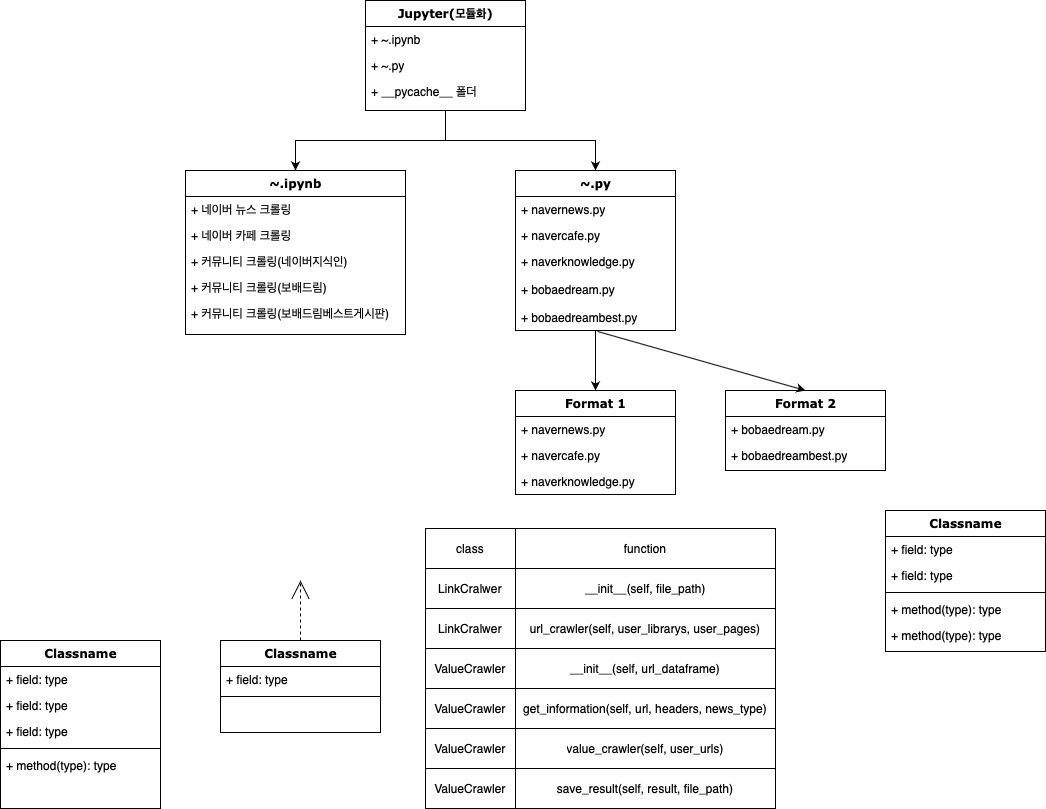
Above: crawling_module_guideline.png in jinwooahnKHU/CrawlingStudy (draw.io), before the change. Source tidied: cells renumbered, new cells last; positions are measured from the earlier drawing's top-left corner, leaving out a move shared by most shapes.
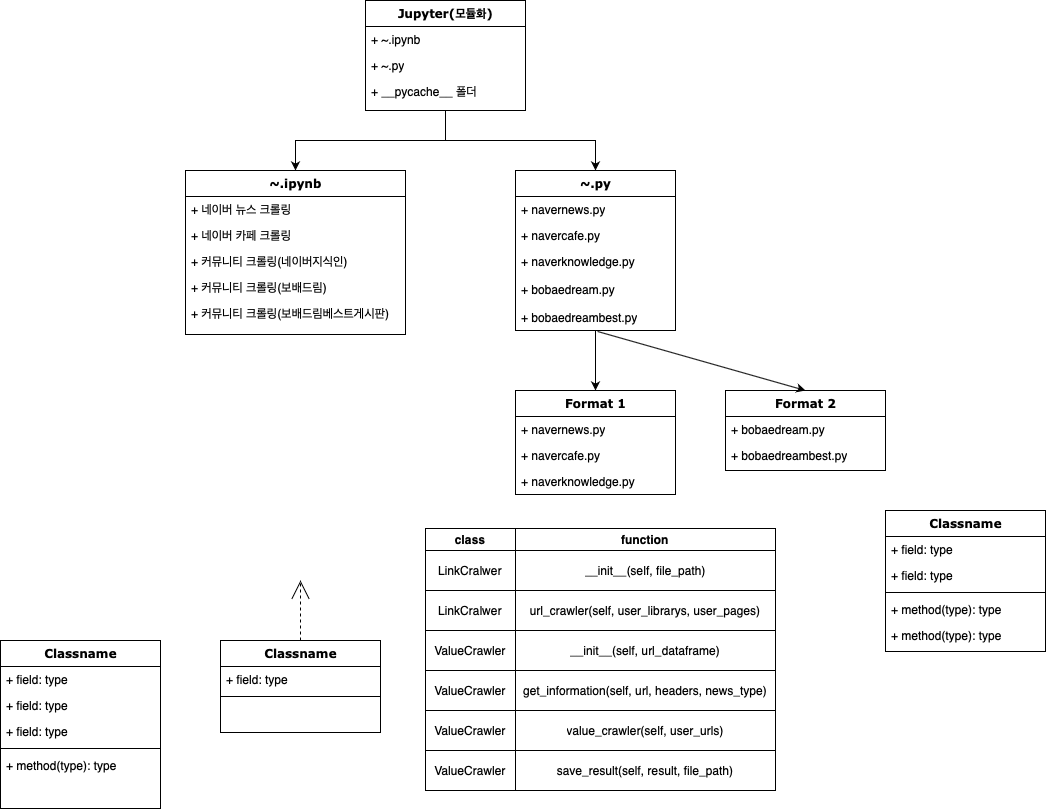
Above is the later version.

What changed in the source:
```diff
@@ -130,19 +130,19 @@
       <mxGeometry relative="1" as="geometry" />
     </mxCell>
     <mxCell id="43" style="shape=table;startSize=0;" parent="1" vertex="1">
-      <mxGeometry x="425" y="528" width="350" height="280" as="geometry" />
+      <mxGeometry x="425" y="528" width="350" height="262" as="geometry" />
     </mxCell>
     <mxCell id="44" style="shape=partialRectangle;fillColor=none;top=0;left=0;bottom=0;right=0;" parent="43" vertex="1">
-      <mxGeometry width="350" height="40" as="geometry" />
+      <mxGeometry width="350" height="22" as="geometry" />
     </mxCell>
-    <mxCell id="45" value="class" style="shape=partialRectangle;html=1;whiteSpace=wrap;overflow=hidden;fillColor=none;top=0;left=0;bottom=0;right=0;" parent="44" vertex="1">
-      <mxGeometry width="90" height="40" as="geometry" />
+    <mxCell id="45" value="&lt;b&gt;class&lt;/b&gt;" style="shape=partialRectangle;html=1;whiteSpace=wrap;overflow=hidden;fillColor=none;top=0;left=0;bottom=0;right=0;" parent="44" vertex="1">
+      <mxGeometry width="90" height="22" as="geometry" />
     </mxCell>
-    <mxCell id="46" value="function" style="shape=partialRectangle;html=1;whiteSpace=wrap;overflow=hidden;fillColor=none;top=0;left=0;bottom=0;right=0;" parent="44" vertex="1">
-      <mxGeometry x="90" width="260" height="40" as="geometry" />
+    <mxCell id="46" value="&lt;b&gt;function&lt;/b&gt;" style="shape=partialRectangle;html=1;whiteSpace=wrap;overflow=hidden;fillColor=none;top=0;left=0;bottom=0;right=0;" parent="44" vertex="1">
+      <mxGeometry x="90" width="260" height="22" as="geometry" />
     </mxCell>
     <mxCell id="47" style="shape=partialRectangle;fillColor=none;top=0;left=0;bottom=0;right=0;" parent="43" vertex="1">
-      <mxGeometry y="40" width="350" height="40" as="geometry" />
+      <mxGeometry y="22" width="350" height="40" as="geometry" />
     </mxCell>
     <mxCell id="48" value="LinkCralwer" style="shape=partialRectangle;html=1;whiteSpace=wrap;overflow=hidden;fillColor=none;top=0;left=0;bottom=0;right=0;" parent="47" vertex="1">
       <mxGeometry width="90" height="40" as="geometry" />
@@ -151,7 +151,7 @@
       <mxGeometry x="90" width="260" height="40" as="geometry" />
     </mxCell>
     <mxCell id="50" style="shape=partialRectangle;fillColor=none;top=0;left=0;bottom=0;right=0;" parent="43" vertex="1">
-      <mxGeometry y="80" width="350" height="40" as="geometry" />
+      <mxGeometry y="62" width="350" height="40" as="geometry" />
     </mxCell>
     <mxCell id="51" value="LinkCralwer" style="shape=partialRectangle;html=1;whiteSpace=wrap;overflow=hidden;fillColor=none;top=0;left=0;bottom=0;right=0;" parent="50" vertex="1">
       <mxGeometry width="90" height="40" as="geometry" />
@@ -160,7 +160,7 @@
       <mxGeometry x="90" width="260" height="40" as="geometry" />
     </mxCell>
     <mxCell id="53" style="shape=partialRectangle;fillColor=none;top=0;left=0;bottom=0;right=0;" parent="43" vertex="1">
-      <mxGeometry y="120" width="350" height="40" as="geometry" />
+      <mxGeometry y="102" width="350" height="40" as="geometry" />
     </mxCell>
     <mxCell id="54" value="ValueCrawler" style="shape=partialRectangle;html=1;whiteSpace=wrap;overflow=hidden;fillColor=none;top=0;left=0;bottom=0;right=0;" parent="53" vertex="1">
       <mxGeometry width="90" height="40" as="geometry" />
@@ -169,7 +169,7 @@
       <mxGeometry x="90" width="260" height="40" as="geometry" />
     </mxCell>
     <mxCell id="56" style="shape=partialRectangle;fillColor=none;top=0;left=0;bottom=0;right=0;" parent="43" vertex="1">
-      <mxGeometry y="160" width="350" height="40" as="geometry" />
+      <mxGeometry y="142" width="350" height="40" as="geometry" />
     </mxCell>
     <mxCell id="57" value="ValueCrawler" style="shape=partialRectangle;html=1;whiteSpace=wrap;overflow=hidden;fillColor=none;top=0;left=0;bottom=0;right=0;" parent="56" vertex="1">
       <mxGeometry width="90" height="40" as="geometry" />
@@ -178,7 +178,7 @@
       <mxGeometry x="90" width="260" height="40" as="geometry" />
     </mxCell>
     <mxCell id="59" style="shape=partialRectangle;fillColor=none;top=0;left=0;bottom=0;right=0;" parent="43" vertex="1">
-      <mxGeometry y="200" width="350" height="40" as="geometry" />
+      <mxGeometry y="182" width="350" height="40" as="geometry" />
     </mxCell>
     <mxCell id="60" value="&lt;span&gt;ValueCrawler&lt;/span&gt;" style="shape=partialRectangle;html=1;whiteSpace=wrap;overflow=hidden;fillColor=none;top=0;left=0;bottom=0;right=0;" parent="59" vertex="1">
       <mxGeometry width="90" height="40" as="geometry" />
@@ -187,7 +187,7 @@
       <mxGeometry x="90" width="260" height="40" as="geometry" />
     </mxCell>
     <mxCell id="62" style="shape=partialRectangle;fillColor=none;top=0;left=0;bottom=0;right=0;" parent="43" vertex="1">
-      <mxGeometry y="240" width="350" height="40" as="geometry" />
+      <mxGeometry y="222" width="350" height="40" as="geometry" />
     </mxCell>
     <mxCell id="63" value="&lt;span&gt;ValueCrawler&lt;/span&gt;" style="shape=partialRectangle;html=1;whiteSpace=wrap;overflow=hidden;fillColor=none;top=0;left=0;bottom=0;right=0;" parent="62" vertex="1">
       <mxGeometry width="90" height="40" as="geometry" />
```
